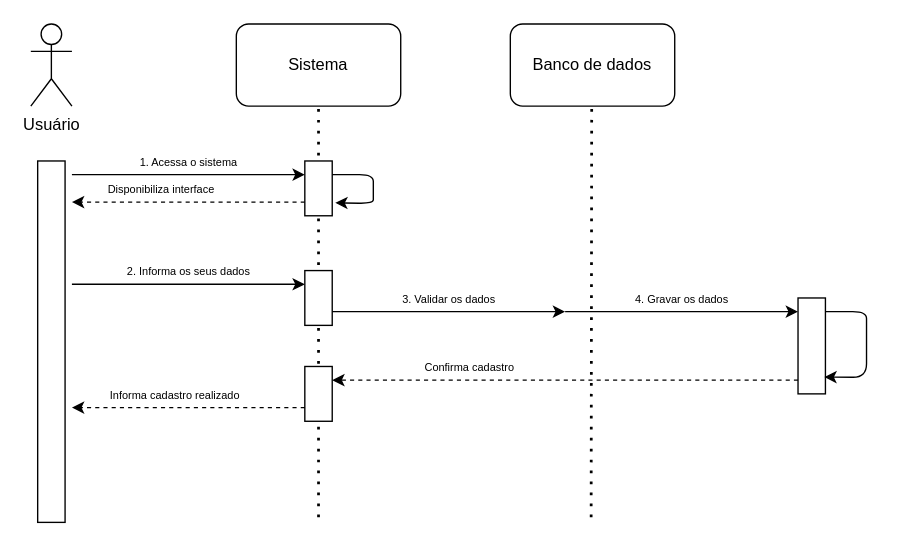
This is page "Page-4" (4 of 6) of fluxogramas/fluxograma_rebuild_plants.drawio from caioliveira277/drawio-fluxogramas, a draw.io file, before an edit. Source tidied: cells renumbered, new cells numbered last; positions are measured from the earlier drawing's top-left corner, leaving out a move shared by most shapes. Both pictures are drawn from the tidied source at 137%, with x=0, y=0 at pixel (-130, 23).
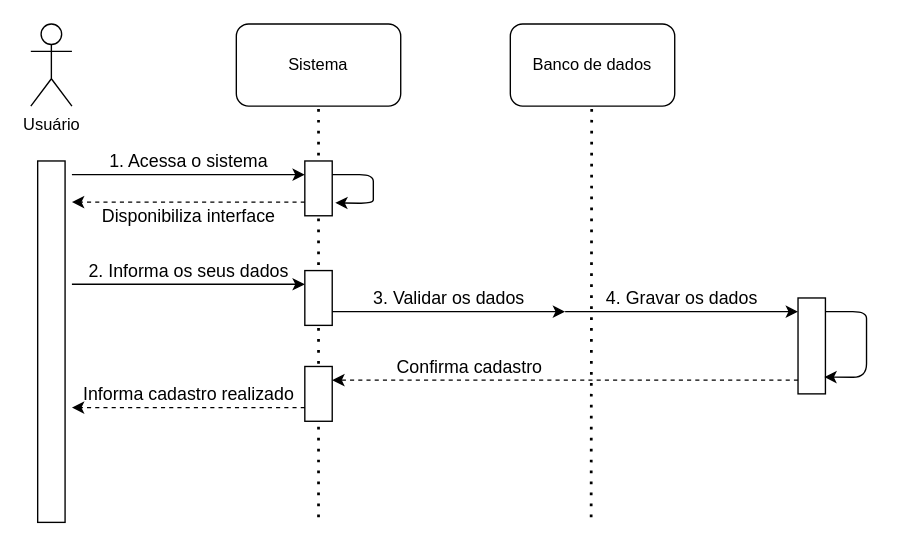
The same page after the edit.

What changed in the source:
```diff
@@
-    <mxCell id="12" value="&lt;font style=&quot;font-size: 8px&quot;&gt;1. Acessa o sistema&lt;/font&gt;" style="text;html=1;align=center;verticalAlign=middle;strokeColor=none;" parent="1" vertex="1">
-      <mxGeometry x="187" y="90" width="90" height="20" as="geometry" />
+    <mxCell id="12" value="&lt;font style=&quot;font-size: 13px&quot;&gt;1. Acessa o sistema&lt;/font&gt;" style="text;html=1;align=center;verticalAlign=middle;strokeColor=none;strokeWidth=13;" parent="1" vertex="1">
+      <mxGeometry x="167" y="90" width="130" height="20" as="geometry" />
     </mxCell>
-    <mxCell id="13" value="&lt;font style=&quot;font-size: 8px&quot;&gt;Disponibiliza interface&lt;/font&gt;" style="text;html=1;align=center;verticalAlign=middle;strokeColor=none;" parent="1" vertex="1">
-      <mxGeometry x="167" y="110" width="90" height="20" as="geometry" />
+    <mxCell id="13" value="&lt;font style=&quot;font-size: 13px&quot;&gt;Disponibiliza interface&lt;/font&gt;" style="text;html=1;align=center;verticalAlign=middle;strokeColor=none;" parent="1" vertex="1">
+      <mxGeometry x="162" y="130" width="140" height="20" as="geometry" />
     </mxCell>
@@
-    <mxCell id="15" value="&lt;span style=&quot;font-size: 8px&quot;&gt;2. Informa os seus dados&lt;/span&gt;" style="text;html=1;align=center;verticalAlign=middle;strokeColor=none;" parent="1" vertex="1">
-      <mxGeometry x="177" y="170" width="110" height="20" as="geometry" />
+    <mxCell id="15" value="&lt;font style=&quot;font-size: 13px&quot;&gt;2. Informa os seus dados&lt;/font&gt;" style="text;html=1;align=center;verticalAlign=middle;strokeColor=none;" parent="1" vertex="1">
+      <mxGeometry x="152" y="170" width="160" height="20" as="geometry" />
     </mxCell>
@@
-    <mxCell id="18" value="&lt;span style=&quot;font-size: 8px&quot;&gt;3. Validar os dados&lt;/span&gt;" style="text;html=1;align=center;verticalAlign=middle;strokeColor=none;" parent="1" vertex="1">
-      <mxGeometry x="382" y="190" width="80" height="20" as="geometry" />
+    <mxCell id="18" value="&lt;font style=&quot;font-size: 13px&quot;&gt;3. Validar os dados&lt;/font&gt;" style="text;html=1;align=center;verticalAlign=middle;strokeColor=none;" parent="1" vertex="1">
+      <mxGeometry x="357" y="190" width="130" height="20" as="geometry" />
     </mxCell>
@@
-    <mxCell id="20" value="&lt;span style=&quot;font-size: 8px&quot;&gt;4. Gravar os dados&lt;/span&gt;" style="text;html=1;align=center;verticalAlign=middle;strokeColor=none;" parent="1" vertex="1">
-      <mxGeometry x="552" y="190" width="80" height="20" as="geometry" />
+    <mxCell id="20" value="&lt;font style=&quot;font-size: 13px&quot;&gt;4. Gravar os dados&lt;/font&gt;" style="text;html=1;align=center;verticalAlign=middle;strokeColor=none;" parent="1" vertex="1">
+      <mxGeometry x="527" y="190" width="130" height="20" as="geometry" />
     </mxCell>
@@
-    <mxCell id="24" value="&lt;span style=&quot;font-size: 8px&quot;&gt;Confirma cadastro&lt;/span&gt;" style="text;html=1;align=center;verticalAlign=middle;strokeColor=none;" parent="1" vertex="1">
-      <mxGeometry x="397" y="240" width="80" height="20" as="geometry" />
+    <mxCell id="24" value="&lt;font style=&quot;font-size: 13px&quot;&gt;Confirma cadastro&lt;/font&gt;" style="text;html=1;align=center;verticalAlign=middle;strokeColor=none;" parent="1" vertex="1">
+      <mxGeometry x="377" y="240" width="120" height="20" as="geometry" />
     </mxCell>
@@
-    <mxCell id="26" value="&lt;span style=&quot;font-size: 8px&quot;&gt;Informa cadastro realizado&lt;/span&gt;" style="text;html=1;align=center;verticalAlign=middle;strokeColor=none;" parent="1" vertex="1">
-      <mxGeometry x="167" y="260" width="110" height="20" as="geometry" />
+    <mxCell id="26" value="&lt;font style=&quot;font-size: 13px&quot;&gt;Informa cadastro realizado&lt;/font&gt;" style="text;html=1;align=center;verticalAlign=middle;strokeColor=none;" parent="1" vertex="1">
+      <mxGeometry x="147" y="260" width="170" height="20" as="geometry" />
     </mxCell>
```
